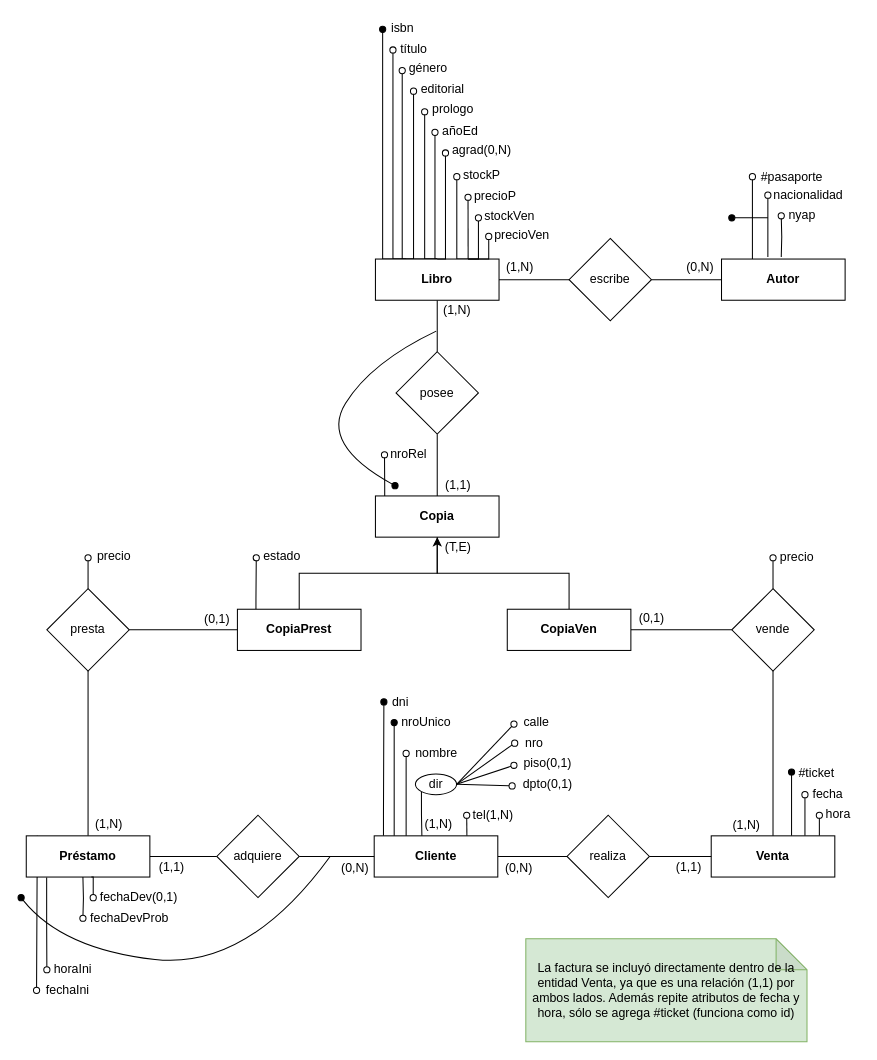
sergiocld99/unlp-tramo-final keeps this draw.io diagram as BD/01-modelos/02-libros/ej2-conceptual.drawio. Above is the earlier version. Source tidied: cells renumbered, new cells numbered last; positions are measured from the earlier drawing's top-left corner, leaving out a move shared by most shapes. Both pictures are drawn from the tidied source at 103%, with x=0, y=0 at pixel (21, 18).
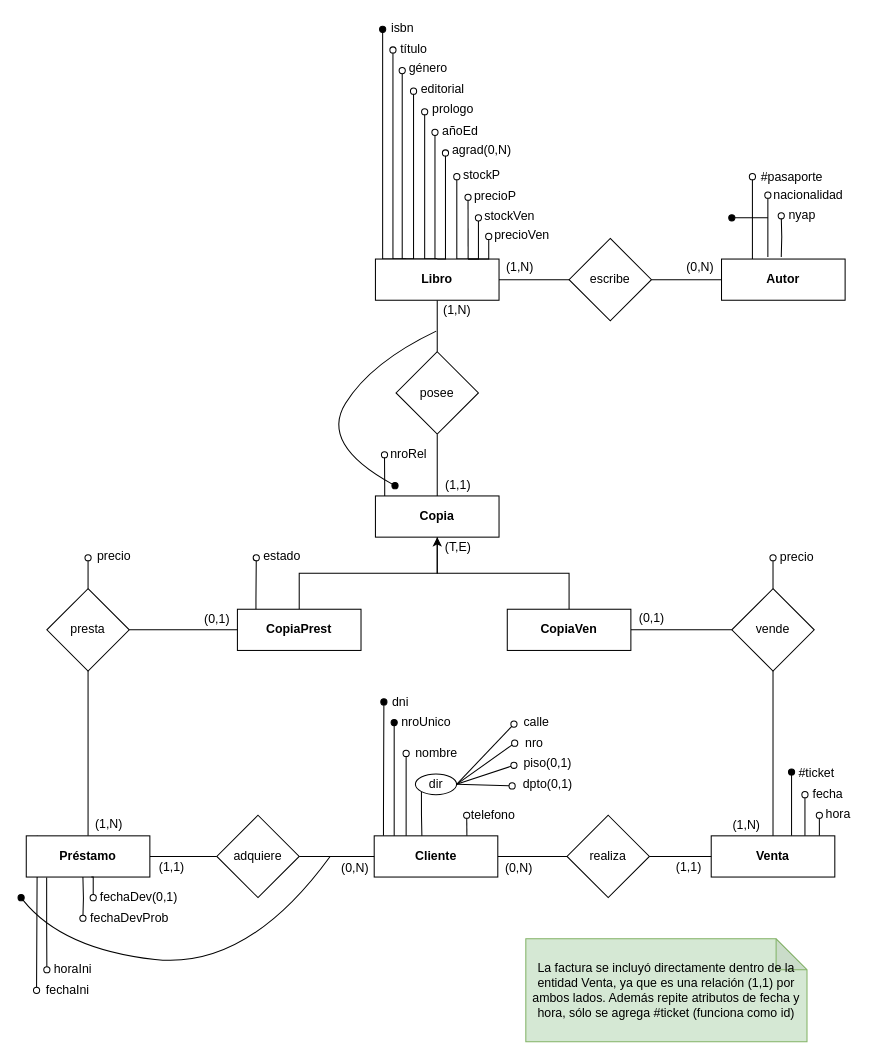
The same page after the edit.

Diff of the diagram source:
```diff
@@
-    <mxCell id="72" value="(1,N)" style="text;html=1;align=center;verticalAlign=middle;strokeColor=none;fillColor=none;" parent="1" vertex="1">
-      <mxGeometry x="384.8" y="773" width="40" height="20" as="geometry" />
-    </mxCell>
@@
-    <mxCell id="79" value="tel(1,N)" style="text;html=1;align=center;verticalAlign=middle;strokeColor=none;fillColor=none;" parent="1" vertex="1">
-      <mxGeometry x="433.2" y="764" width="50" height="20" as="geometry" />
+    <mxCell id="79" value="telefono" style="text;html=1;align=center;verticalAlign=middle;strokeColor=none;fillColor=none;" parent="1" vertex="1">
+      <mxGeometry x="428.2" y="764" width="60" height="20" as="geometry" />
     </mxCell>
```
